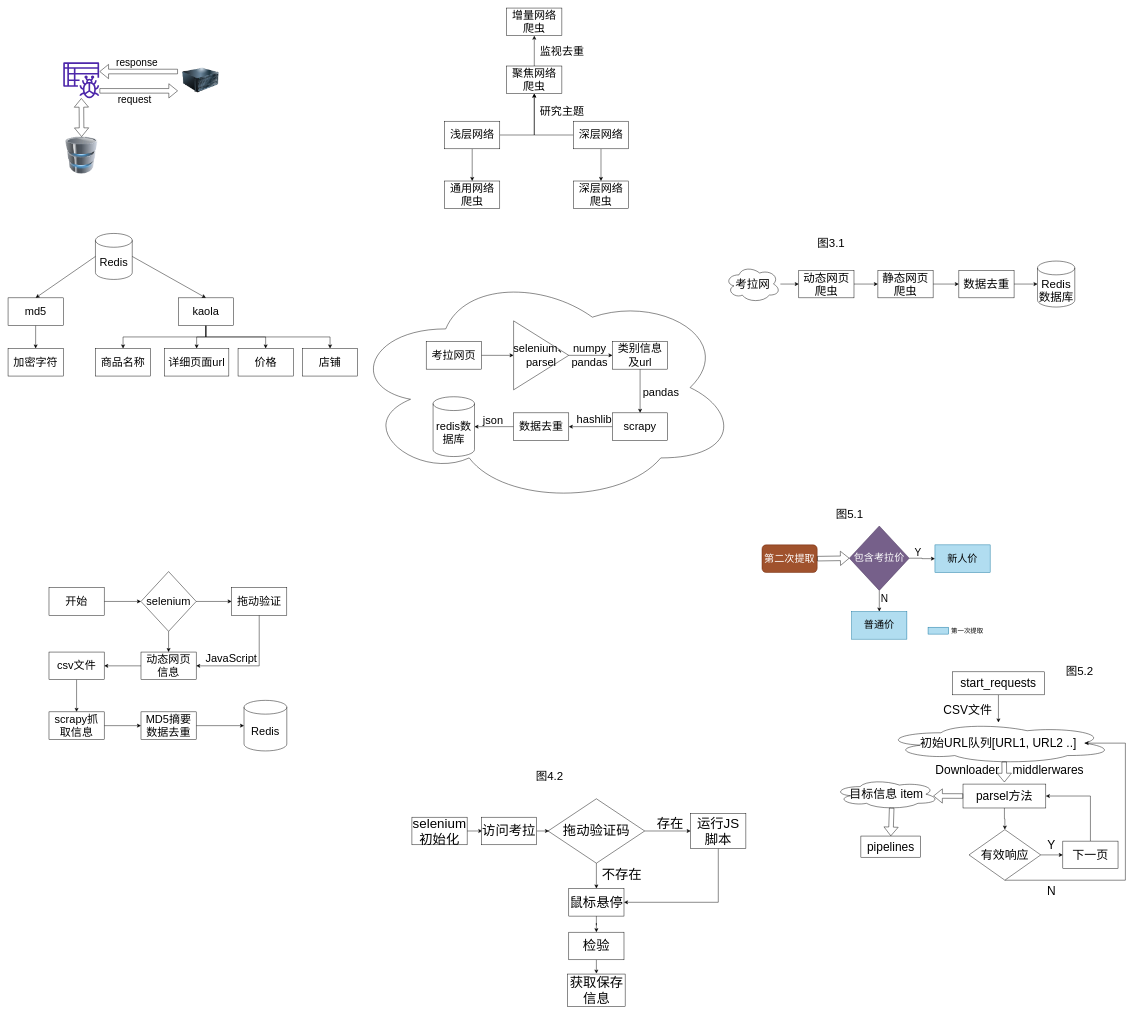
Before: 4.1毕设.drawio in Thesoul20/daily-work, a draw.io diagram. Source tidied: cells renumbered, new cells numbered last; positions are measured from the earlier drawing's top-left corner, leaving out a move shared by most shapes. Both pictures are drawn from the tidied source at 46%, with x=0, y=0 at pixel (8, 8).
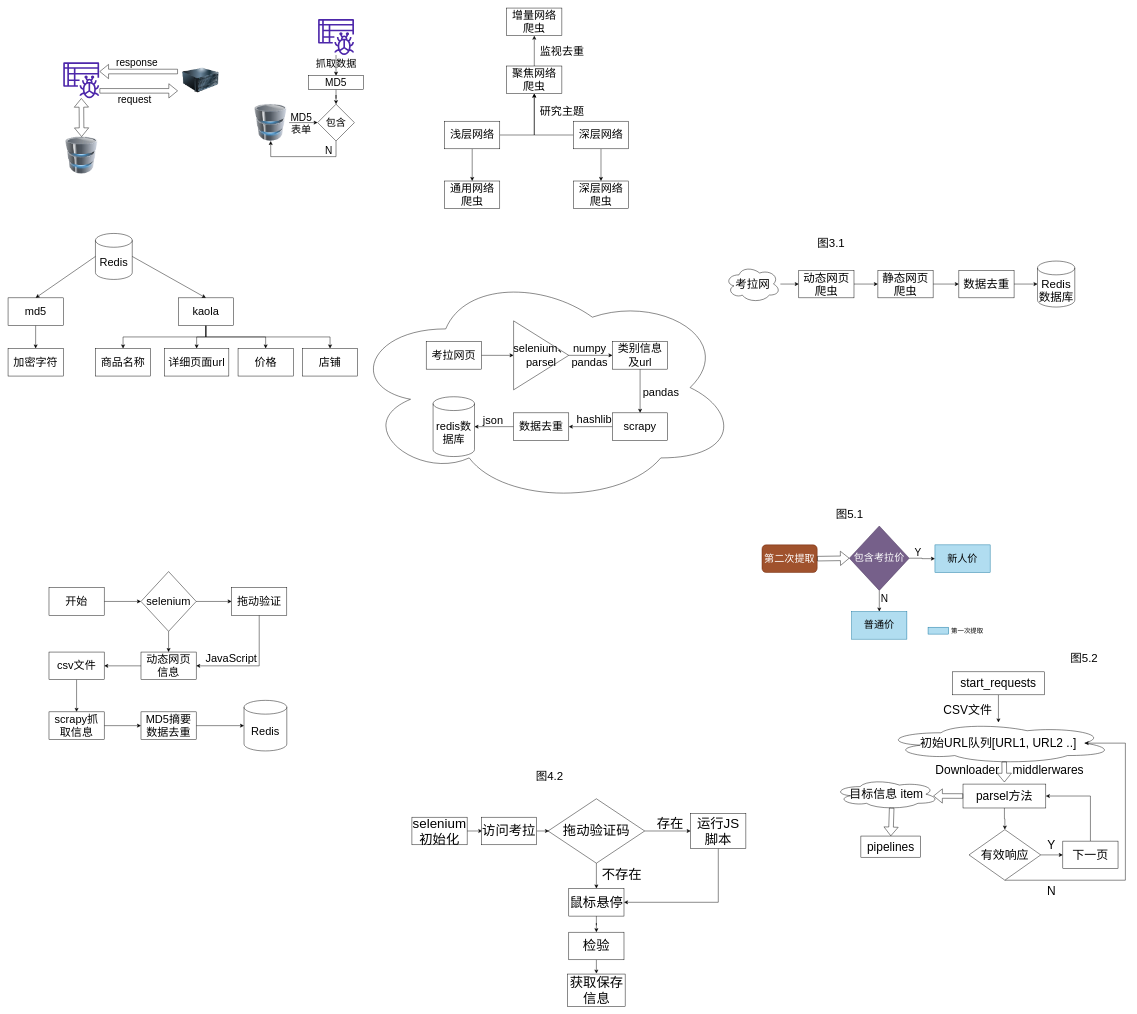
The same diagram, later.

What changed in the source:
```diff
@@
     <mxCell id="118" value="图5.2" style="text;html=1;align=center;verticalAlign=middle;strokeColor=none;fillColor=none;fontSize=25;" parent="1" vertex="1">
-      <mxGeometry x="2289" y="1420" width="80" height="40" as="geometry" />
+      <mxGeometry x="2299" y="1393" width="80" height="40" as="geometry" />
     </mxCell>
@@
+    <mxCell id="130" style="edgeStyle=orthogonalEdgeStyle;rounded=0;jettySize=auto;html=1;fontSize=22;" parent="1" edge="1" source="131" target="138">
+      <mxGeometry relative="1" as="geometry" />
+    </mxCell>
+    <mxCell id="131" style="sketch=0;outlineConnect=0;fontColor=#232F3E;gradientColor=none;fillColor=#4D27AA;strokeColor=none;dashed=0;verticalLabelPosition=bottom;verticalAlign=top;align=center;html=1;fontSize=12;fontStyle=0;shape=mxgraph.aws4.glue_crawlers;" parent="1" vertex="1">
+      <mxGeometry x="674" y="24" width="78" height="78" as="geometry" />
+    </mxCell>
+    <mxCell id="132" style="edgeStyle=orthogonalEdgeStyle;rounded=0;jettySize=auto;html=1;fontSize=22;" parent="1" edge="1" source="133" target="135">
+      <mxGeometry relative="1" as="geometry" />
+    </mxCell>
+    <mxCell id="133" style="image;html=1;image=img/lib/clip_art/computers/Database_128x128.png;fontSize=22;imageBackground=none;" parent="1" vertex="1">
+      <mxGeometry x="531" y="209" width="80" height="80" as="geometry" />
+    </mxCell>
+    <mxCell id="134" style="edgeStyle=orthogonalEdgeStyle;rounded=0;jettySize=auto;html=1;exitX=0.5;exitY=1;exitDx=0;exitDy=0;entryX=0.5;entryY=1;entryDx=0;entryDy=0;fontSize=22;" parent="1" edge="1" source="135" target="133">
+      <mxGeometry relative="1" as="geometry">
+        <Array as="points">
+          <mxPoint x="713" y="323" />
+          <mxPoint x="571" y="323" />
+        </Array>
+      </mxGeometry>
+    </mxCell>
+    <mxCell id="135" value="包含" style="rhombus;whiteSpace=wrap;html=1;fontSize=22;" parent="1" vertex="1">
+      <mxGeometry x="673" y="209" width="80" height="80" as="geometry" />
+    </mxCell>
+    <mxCell id="136" value="抓取数据" style="text;html=1;align=center;verticalAlign=middle;strokeColor=none;fillColor=none;fontSize=22;rotation=0;" parent="1" vertex="1">
+      <mxGeometry x="664" y="107" width="98" height="30" as="geometry" />
+    </mxCell>
+    <mxCell id="137" style="edgeStyle=orthogonalEdgeStyle;rounded=0;jettySize=auto;html=1;fontSize=22;" parent="1" edge="1" source="138" target="135">
+      <mxGeometry relative="1" as="geometry" />
+    </mxCell>
+    <mxCell id="138" value="MD5" style="rounded=0;whiteSpace=wrap;html=1;fontSize=22;" parent="1" vertex="1">
+      <mxGeometry x="653" y="147" width="120" height="30" as="geometry" />
+    </mxCell>
+    <mxCell id="139" value="MD5" style="text;html=1;align=center;verticalAlign=middle;strokeColor=none;fillColor=none;fontSize=22;" parent="1" vertex="1">
+      <mxGeometry x="609" y="224" width="56" height="30" as="geometry" />
+    </mxCell>
+    <mxCell id="140" value="表单" style="text;html=1;align=center;verticalAlign=middle;strokeColor=none;fillColor=none;fontSize=22;" parent="1" vertex="1">
+      <mxGeometry x="610" y="251" width="54" height="30" as="geometry" />
+    </mxCell>
+    <mxCell id="141" value="N" style="text;html=1;align=center;verticalAlign=middle;strokeColor=none;fillColor=none;fontSize=22;" parent="1" vertex="1">
+      <mxGeometry x="684" y="295" width="26" height="30" as="geometry" />
+    </mxCell>
```
